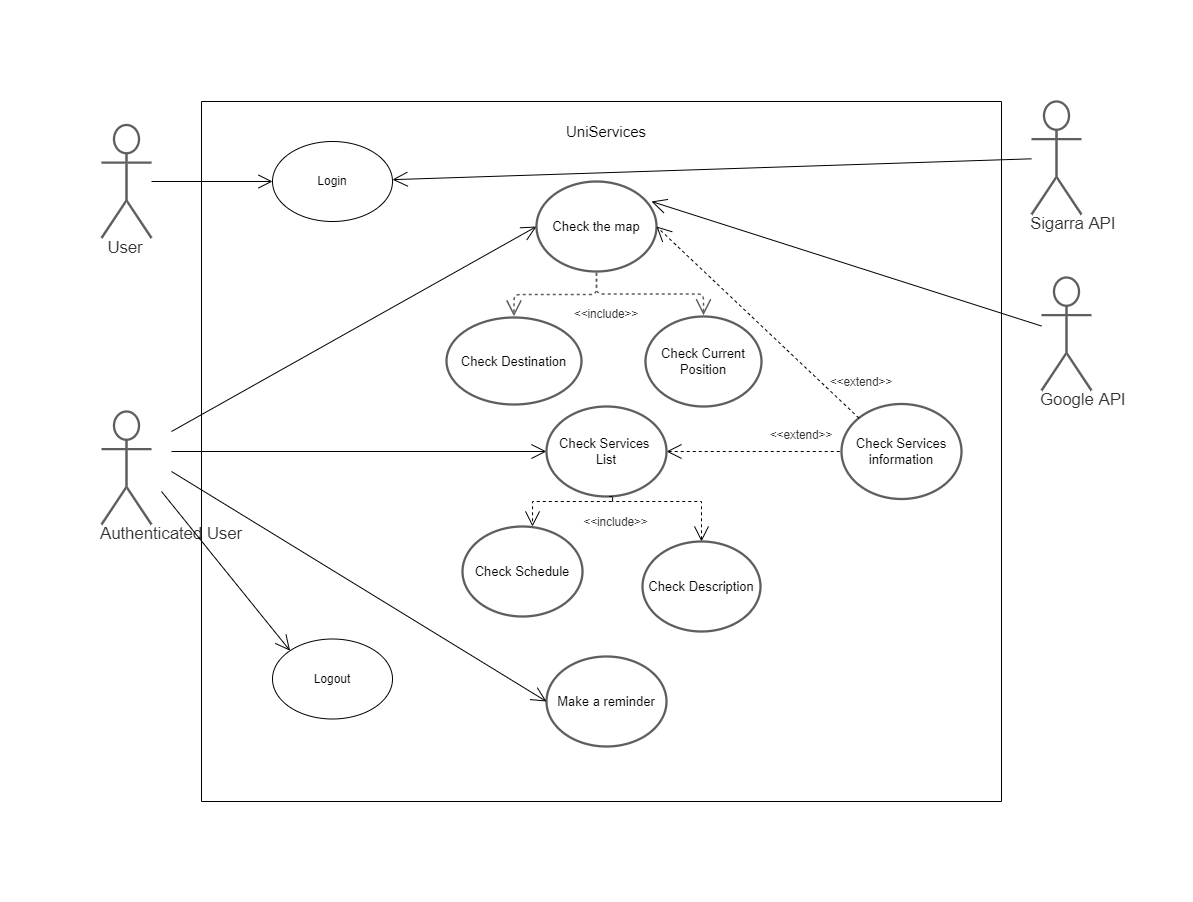
LEIC-ES-2021-22/3LEIC06T1 keeps this draw.io diagram as images/ESOF.png. Above is the earlier version. Source tidied: cells renumbered, new cells last; positions are measured from the earlier drawing's top-left corner, leaving out a move shared by most shapes.
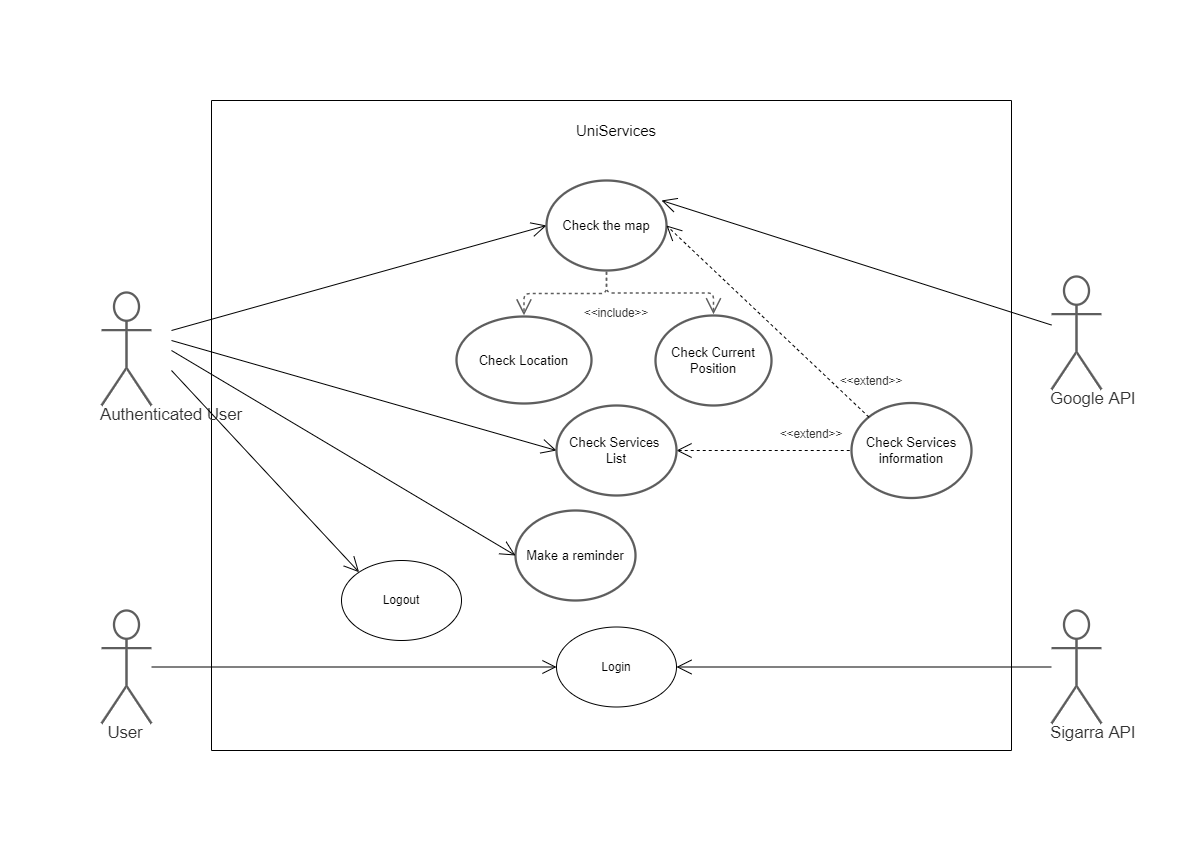
After the commit.

Commit message:
Minor changes to use cases diagram

Change to the diagram source:
```diff
@@ -4,14 +4,14 @@
     <mxCell id="1" parent="0" />
     <mxCell id="2" style="endArrow=open;html=1;rounded=0;entryX=0;entryY=0.5;entryDx=0;entryDy=0;endFill=0;endSize=13;" parent="1" edge="1" target="6">
       <mxGeometry relative="1" as="geometry">
-        <mxPoint x="70" y="330" as="sourcePoint" />
+        <mxPoint x="60" y="230" as="sourcePoint" />
       </mxGeometry>
     </mxCell>
     <mxCell id="3" style="edgeStyle=orthogonalEdgeStyle;rounded=0;jettySize=auto;html=1;entryX=0;entryY=0.5;entryDx=0;entryDy=0;endArrow=open;endFill=0;endSize=12;" parent="1" edge="1" source="4" target="12">
       <mxGeometry relative="1" as="geometry" />
     </mxCell>
     <mxCell id="4" value="User" style="html=1;overflow=block;blockSpacing=1;shape=umlActor;labelPosition=center;verticalLabelPosition=bottom;verticalAlign=top;whiteSpace=nowrap;fontSize=16.7;fontColor=#333333;spacing=0;strokeColor=#5e5e5e;strokeOpacity=100;rounded=1;absoluteArcSize=1;arcSize=9;strokeWidth=2.3;" parent="1" vertex="1">
-      <mxGeometry y="23.5" width="50" height="113" as="geometry" />
+      <mxGeometry x="-10" y="510" width="50" height="113" as="geometry" />
     </mxCell>
     <mxCell id="5" value="Check Current Position" style="html=1;overflow=block;blockSpacing=1;whiteSpace=wrap;ellipse;fontSize=13;spacing=3.8;strokeColor=#5e5e5e;strokeOpacity=100;rounded=1;absoluteArcSize=1;arcSize=9;strokeWidth=2.3;" parent="1" vertex="1">
       <mxGeometry x="544" y="215" width="116" height="90" as="geometry" />
@@ -19,7 +19,7 @@
     <mxCell id="6" value="Check the map" style="html=1;overflow=block;blockSpacing=1;whiteSpace=wrap;ellipse;fontSize=13;spacing=3.8;strokeColor=#5e5e5e;strokeOpacity=100;rounded=1;absoluteArcSize=1;arcSize=9;strokeWidth=2.3;" parent="1" vertex="1">
       <mxGeometry x="435" y="80" width="120" height="90" as="geometry" />
     </mxCell>
-    <mxCell id="7" value="Check Destination" style="html=1;overflow=block;blockSpacing=1;whiteSpace=wrap;ellipse;fontSize=13;spacing=3.8;strokeColor=#5e5e5e;strokeOpacity=100;rounded=1;absoluteArcSize=1;arcSize=9;strokeWidth=2.3;" parent="1" vertex="1">
+    <mxCell id="7" value="Check Location" style="html=1;overflow=block;blockSpacing=1;whiteSpace=wrap;ellipse;fontSize=13;spacing=3.8;strokeColor=#5e5e5e;strokeOpacity=100;rounded=1;absoluteArcSize=1;arcSize=9;strokeWidth=2.3;" parent="1" vertex="1">
       <mxGeometry x="345" y="216" width="135" height="87" as="geometry" />
     </mxCell>
     <mxCell id="8" style="html=1;jettySize=18;whiteSpace=wrap;fontSize=13;strokeColor=#5E5E5E;dashed=1;fixDash=1;strokeWidth=1.5;rounded=1;arcSize=12;edgeStyle=orthogonalEdgeStyle;startArrow=none;endArrow=open;exitX=0.5;exitY=1.013;exitPerimeter=0;entryX=0.5;entryY=-0.013;entryPerimeter=0;endSize=13;" parent="1" edge="1" source="6" target="7">
@@ -30,64 +30,38 @@
     </mxCell>
     <mxCell id="10" style="endArrow=open;html=1;rounded=0;endSize=13;endFill=0;entryX=0;entryY=0.5;entryDx=0;entryDy=0;" parent="1" edge="1" target="20">
       <mxGeometry relative="1" as="geometry">
-        <mxPoint x="70" y="350" as="sourcePoint" />
+        <mxPoint x="60" y="240" as="sourcePoint" />
       </mxGeometry>
     </mxCell>
     <mxCell id="11" style="swimlane;startSize=0;" parent="1" vertex="1">
-      <mxGeometry x="100" width="800" height="700" as="geometry" />
+      <mxGeometry x="100" width="800" height="650" as="geometry" />
     </mxCell>
     <mxCell id="12" value="Login" style="ellipse;whiteSpace=wrap;html=1;" parent="11" vertex="1">
-      <mxGeometry x="71" y="40" width="120" height="80" as="geometry" />
+      <mxGeometry x="345" y="526.5" width="120" height="80" as="geometry" />
     </mxCell>
     <mxCell id="13" value="Make a reminder " style="html=1;overflow=block;blockSpacing=1;whiteSpace=wrap;ellipse;fontSize=13;spacing=3.8;strokeColor=#5e5e5e;strokeOpacity=100;rounded=1;absoluteArcSize=1;arcSize=9;strokeWidth=2.3;" parent="11" vertex="1">
-      <mxGeometry x="345" y="555" width="120" height="90" as="geometry" />
+      <mxGeometry x="304" y="410" width="120" height="90" as="geometry" />
     </mxCell>
     <mxCell id="14" style="endArrow=open;html=1;rounded=0;endSize=13;endFill=0;entryX=0;entryY=0.5;entryDx=0;entryDy=0;" parent="11" edge="1" target="13">
       <mxGeometry relative="1" as="geometry">
-        <mxPoint x="-30" y="370" as="sourcePoint" />
+        <mxPoint x="-40" y="250" as="sourcePoint" />
       </mxGeometry>
     </mxCell>
     <mxCell id="15" value="&lt;font style=&quot;font-size: 15px&quot;&gt;UniServices&lt;/font&gt;" style="text;html=1;strokeColor=none;fillColor=none;align=center;verticalAlign=middle;whiteSpace=wrap;rounded=0;" parent="11" vertex="1">
       <mxGeometry x="375" y="15" width="60" height="30" as="geometry" />
     </mxCell>
     <mxCell id="16" value="Logout" style="ellipse;whiteSpace=wrap;html=1;" parent="11" vertex="1">
-      <mxGeometry x="71" y="537.5" width="120" height="80" as="geometry" />
+      <mxGeometry x="130" y="460" width="120" height="80" as="geometry" />
     </mxCell>
     <mxCell id="17" value="Check Services information" style="html=1;overflow=block;blockSpacing=1;whiteSpace=wrap;ellipse;fontSize=13;spacing=3.8;strokeColor=#5e5e5e;strokeOpacity=100;rounded=1;absoluteArcSize=1;arcSize=9;strokeWidth=2.3;" parent="11" vertex="1">
       <mxGeometry x="640" y="302.5" width="120" height="95" as="geometry" />
     </mxCell>
-    <mxCell id="18" style="edgeStyle=orthogonalEdgeStyle;rounded=0;jettySize=auto;html=1;fontSize=15;startArrow=none;startFill=0;endArrow=open;endFill=0;startSize=13;endSize=13;strokeWidth=1;dashed=1;" parent="11" edge="1" source="20">
-      <mxGeometry relative="1" as="geometry">
-        <mxPoint x="331" y="425" as="targetPoint" />
-        <Array as="points">
-          <mxPoint x="411" y="400" />
-          <mxPoint x="331" y="400" />
-        </Array>
-      </mxGeometry>
-    </mxCell>
     <mxCell id="19" style="edgeStyle=orthogonalEdgeStyle;rounded=0;jettySize=auto;html=1;entryX=0;entryY=0.5;entryDx=0;entryDy=0;dashed=1;fontSize=15;startArrow=open;startFill=0;endArrow=none;endFill=0;startSize=13;endSize=13;strokeWidth=1;" parent="11" edge="1" source="20" target="17">
       <mxGeometry relative="1" as="geometry" />
     </mxCell>
     <mxCell id="20" value="Check Services &lt;br&gt;List" style="html=1;overflow=block;blockSpacing=1;whiteSpace=wrap;ellipse;fontSize=13;spacing=3.8;strokeColor=#5e5e5e;strokeOpacity=100;rounded=1;absoluteArcSize=1;arcSize=9;strokeWidth=2.3;" parent="11" vertex="1">
       <mxGeometry x="345" y="305" width="120" height="90" as="geometry" />
     </mxCell>
-    <mxCell id="21" value="Check Schedule" style="html=1;overflow=block;blockSpacing=1;whiteSpace=wrap;ellipse;fontSize=13;spacing=3.8;strokeColor=#5e5e5e;strokeOpacity=100;rounded=1;absoluteArcSize=1;arcSize=9;strokeWidth=2.3;" parent="11" vertex="1">
-      <mxGeometry x="261" y="425" width="120" height="90" as="geometry" />
-    </mxCell>
-    <mxCell id="22" style="edgeStyle=orthogonalEdgeStyle;rounded=0;jettySize=auto;html=1;entryX=0.5;entryY=1;entryDx=0;entryDy=0;dashed=1;fontSize=15;startArrow=open;startFill=0;endArrow=none;endFill=0;startSize=13;endSize=13;strokeWidth=1;" parent="11" edge="1" source="23" target="20">
-      <mxGeometry relative="1" as="geometry">
-        <Array as="points">
-          <mxPoint x="500" y="400" />
-          <mxPoint x="411" y="400" />
-        </Array>
-      </mxGeometry>
-    </mxCell>
-    <mxCell id="23" value="Check Description" style="html=1;overflow=block;blockSpacing=1;whiteSpace=wrap;ellipse;fontSize=13;spacing=3.8;strokeColor=#5e5e5e;strokeOpacity=100;rounded=1;absoluteArcSize=1;arcSize=9;strokeWidth=2.3;" parent="11" vertex="1">
-      <mxGeometry x="441" y="440" width="118" height="90" as="geometry" />
-    </mxCell>
-    <mxCell id="24" value="&amp;lt;&amp;lt;include&amp;gt;&amp;gt;" style="html=1;overflow=block;blockSpacing=1;whiteSpace=wrap;fontSize=11.7;fontColor=#333333;spacing=3.8;strokeOpacity=0;fillOpacity=0;rounded=1;absoluteArcSize=1;arcSize=9;fillColor=#ffffff;strokeWidth=2.3;" parent="11" vertex="1">
-      <mxGeometry x="334" y="410" width="161" height="15" as="geometry" />
-    </mxCell>
     <mxCell id="25" value="&amp;lt;&amp;lt;include&amp;gt;&amp;gt;" style="html=1;overflow=block;blockSpacing=1;whiteSpace=wrap;fontSize=11.7;fontColor=#333333;spacing=3.8;strokeOpacity=0;fillOpacity=0;rounded=1;absoluteArcSize=1;arcSize=9;fillColor=#ffffff;strokeWidth=2.3;" parent="11" vertex="1">
       <mxGeometry x="315" y="190" width="180" height="45" as="geometry" />
     </mxCell>
@@ -106,17 +80,17 @@
       </mxGeometry>
     </mxCell>
     <mxCell id="30" value="Sigarra API" style="html=1;overflow=block;blockSpacing=1;shape=umlActor;labelPosition=center;verticalLabelPosition=bottom;verticalAlign=top;whiteSpace=nowrap;fontSize=16.7;fontColor=#333333;spacing=0;strokeColor=#5e5e5e;strokeOpacity=100;rounded=1;absoluteArcSize=1;arcSize=9;strokeWidth=2.3;" parent="1" vertex="1">
-      <mxGeometry x="930" width="50" height="113" as="geometry" />
+      <mxGeometry x="940" y="510" width="50" height="113" as="geometry" />
     </mxCell>
     <mxCell id="31" value="Authenticated User" style="html=1;overflow=block;blockSpacing=1;shape=umlActor;labelPosition=center;verticalLabelPosition=bottom;verticalAlign=top;whiteSpace=nowrap;fontSize=16.7;fontColor=#333333;spacing=0;strokeColor=#5e5e5e;strokeOpacity=100;rounded=1;absoluteArcSize=1;arcSize=9;strokeWidth=2.3;align=center;" parent="1" vertex="1">
-      <mxGeometry y="310" width="50" height="113" as="geometry" />
+      <mxGeometry x="-10" y="192" width="50" height="113" as="geometry" />
     </mxCell>
     <mxCell id="32" style="endArrow=open;html=1;rounded=0;fontSize=15;startSize=13;endSize=13;strokeWidth=1;endFill=0;" parent="1" edge="1" source="30" target="12">
       <mxGeometry relative="1" as="geometry" />
     </mxCell>
     <mxCell id="33" style="endArrow=open;html=1;rounded=0;fontSize=15;startSize=13;endSize=13;strokeWidth=1;entryX=0;entryY=0;entryDx=0;entryDy=0;endFill=0;" parent="1" edge="1" target="16">
       <mxGeometry relative="1" as="geometry">
-        <mxPoint x="60" y="390" as="sourcePoint" />
+        <mxPoint x="60" y="270" as="sourcePoint" />
       </mxGeometry>
     </mxCell>
     <mxCell id="34" style="endArrow=open;html=1;rounded=0;dashed=1;fontSize=15;startSize=13;endSize=13;strokeWidth=1;entryX=1;entryY=0.5;entryDx=0;entryDy=0;exitX=0;exitY=0;exitDx=0;exitDy=0;endFill=0;" parent="1" edge="1" source="17" target="6">
```
